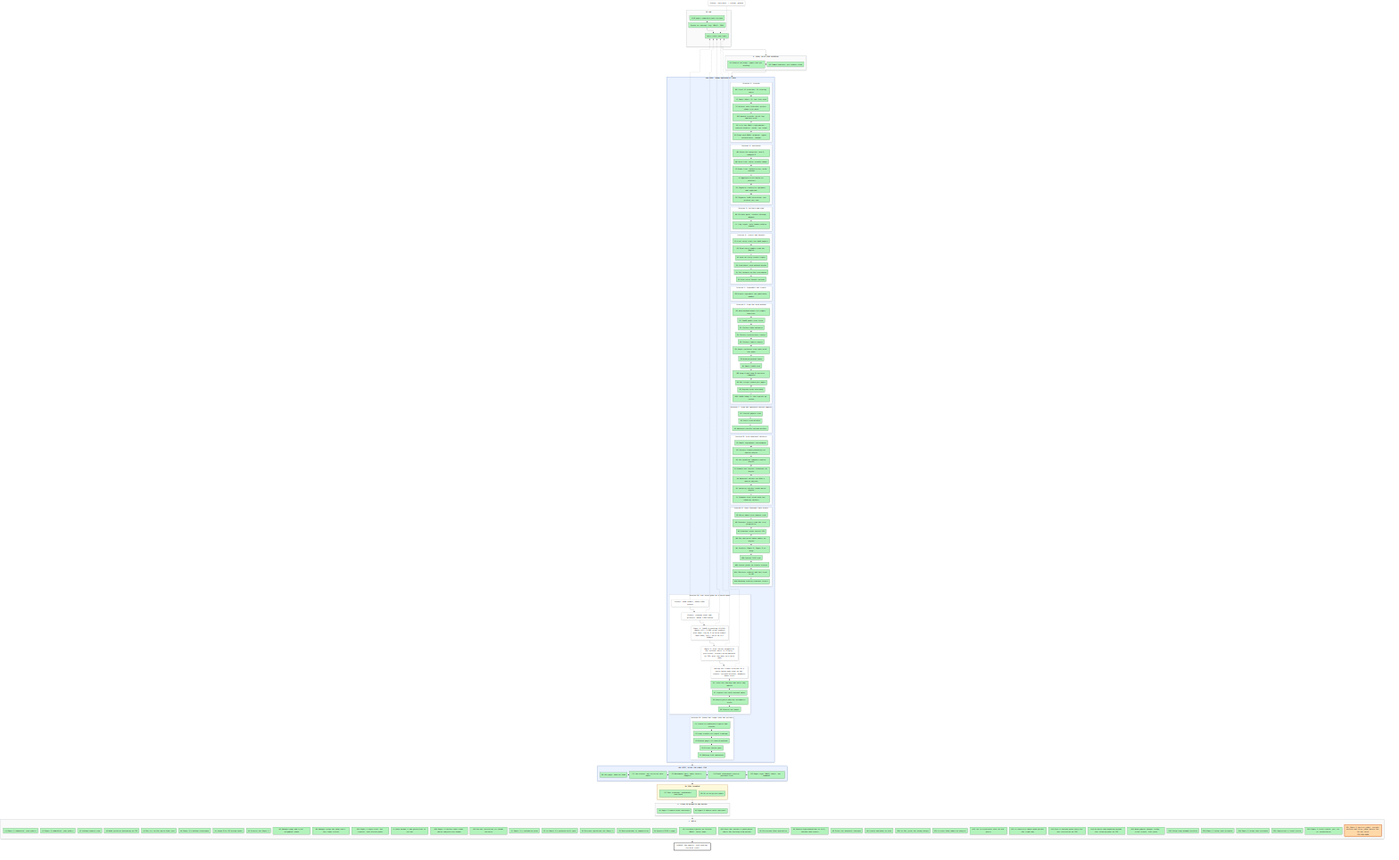
Earlier version of the Mermaid export artifacts/notes/progress/map.png (mo-rsa24/concept-composition). Its source is kept beside it as artifacts/notes/progress/map.mmd.
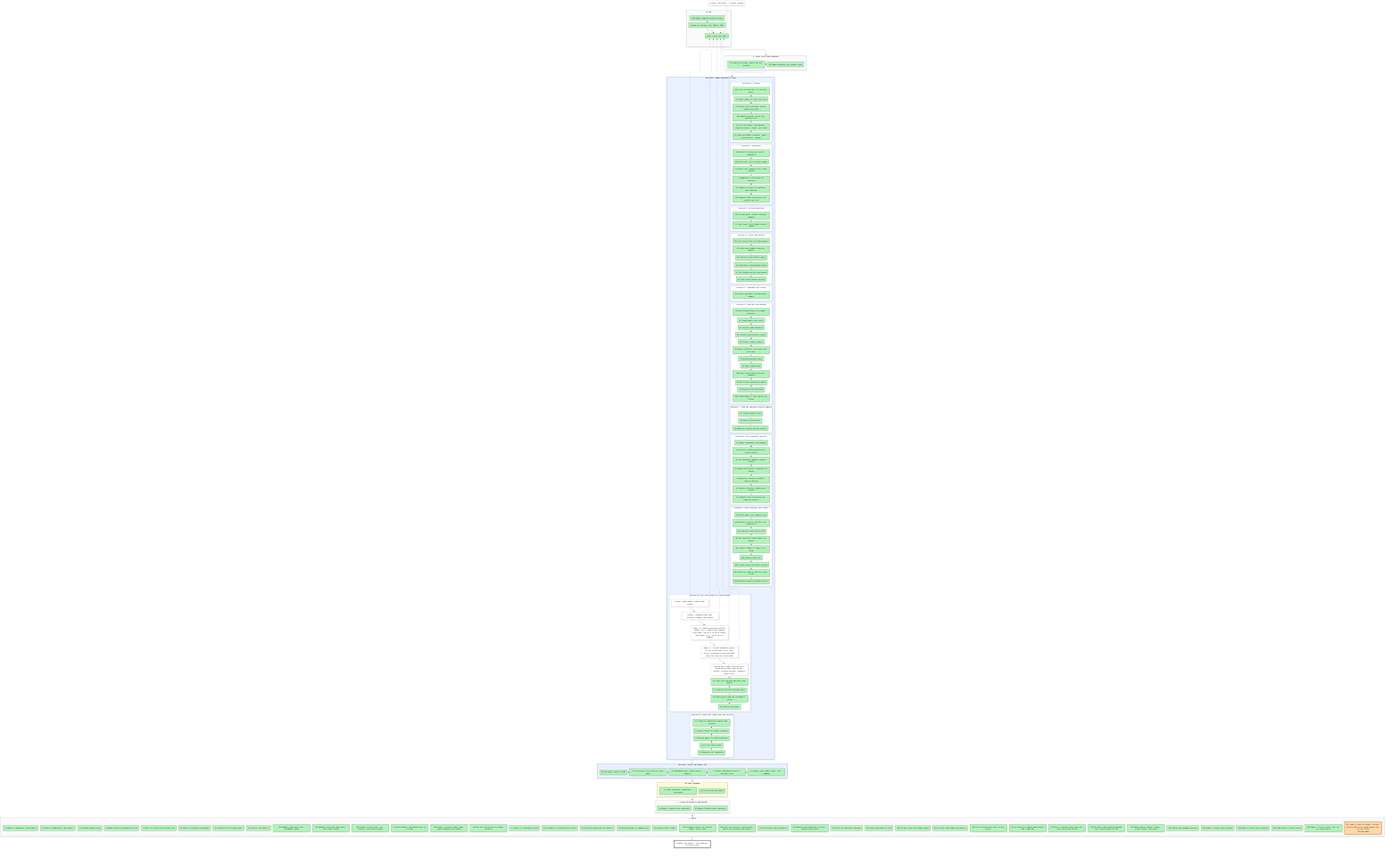
After the commit.

Commit message:
Supervisor and map: Paper 2 decode fix, step 2 rerunning

What changed in the source:
```diff
@@ -81,7 +81,7 @@
   X1["Detour: zoom-ladder, about 430k tokens"]:::detour -.-> P2
   X2["Detour: reading route and pictures, about 1.8M tokens"]:::detour -.-> P2
   X3["Paper 1: CLEVR A touching 376/626 (paste 517); 3,000 joint renders near done; toy B, D on held render-node GPUs; toy C fails at A's budget"]:::detour -.-> P2
-  X4["Paper 2: dial checks stopped at the rollout check (1.73 grey, precision); trainer being matched to CO3; mini toy base on a held node"]:::detour -.-> P2
+  X4["Paper 2: rollout mismatch traced to the decode and fixed; dial checks rerunning on mscluster110; mini toy base on a held node"]:::detour -.-> P2
   X5["Moving the Claude sessions to a daily batch-node host on the cluster (scripts written, handover under test)"]:::detour -.-> P2
   L1 ~~~ L2 ~~~ L3 ~~~ L4 ~~~ L5 ~~~ L6 ~~~ L7 ~~~ L8 ~~~ L9 ~~~ L10 ~~~ L11
   S0 --> SA --> LOOP --> JOIN --> CAL --> SE --> SF --> GOAL
```
